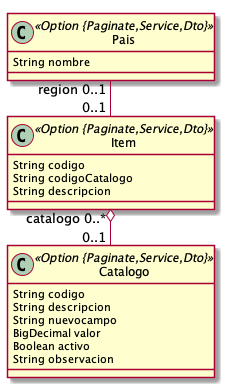
macartuche/pruebas keeps this PlantUML diagram as modelo.png. Above is the earlier version. The source it was exported from:
```plantuml
@startuml
	!pragma layout smetana
	!pragma syntax class
	class Catalogo <<Option {Paginate,Service,Dto}>> {
		String codigo
		String descripcion
		String nuevocampo
		BigDecimal valor
		Boolean activo
		String observacion
	}
	class Item <<Option {Paginate,Service,Dto}>> {
		String codigo
		String codigoCatalogo
		String descripcion
	}
	class Pais <<Option {Paginate,Service,Dto}>> {
		String nombre
	}
	Item  "catalogo 0..* " o-- "0..1 "  Catalogo
	Pais  "region 0..1 " -- "0..1 "  Item
@enduml
```
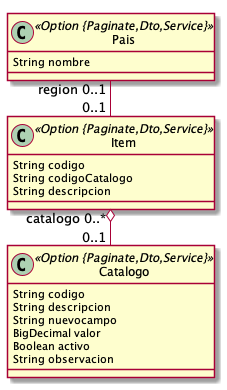
The same file after the commit.

The edit, as a diff of the source:
```diff
@@ -1,7 +1,7 @@
 @startuml
 	!pragma layout smetana
 	!pragma syntax class
-	class Catalogo <<Option {Paginate,Service,Dto}>> {
+	class Catalogo <<Option {Paginate,Dto,Service}>> {
 		String codigo
 		String descripcion
 		String nuevocampo
@@ -9,12 +9,12 @@
 		Boolean activo
 		String observacion
 	}
-	class Item <<Option {Paginate,Service,Dto}>> {
+	class Item <<Option {Paginate,Dto,Service}>> {
 		String codigo
 		String codigoCatalogo
 		String descripcion
 	}
-	class Pais <<Option {Paginate,Service,Dto}>> {
+	class Pais <<Option {Paginate,Dto,Service}>> {
 		String nombre
 	}
 	Item  "catalogo 0..* " o-- "0..1 "  Catalogo
```
